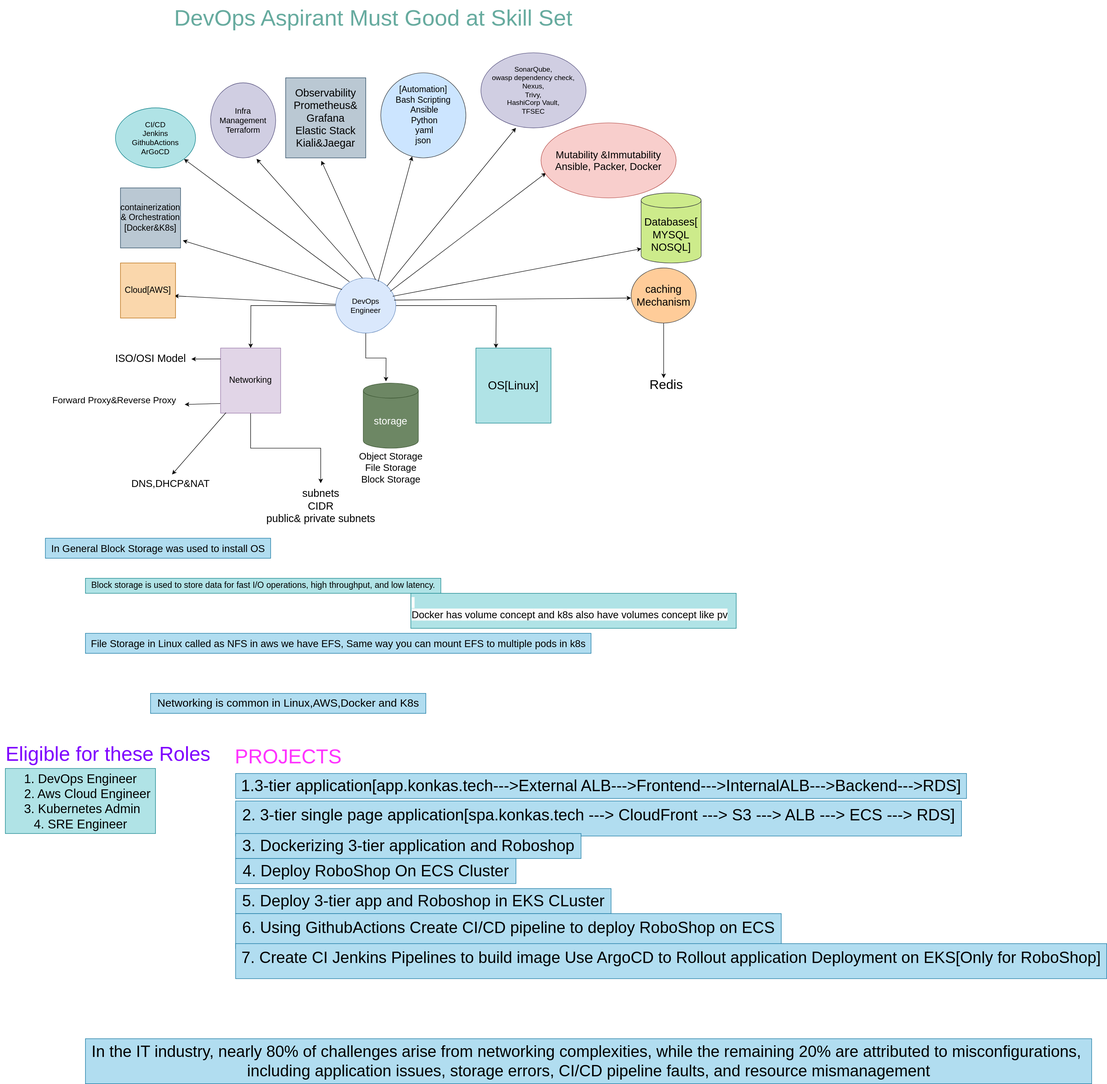
The draw.io diagram devops-requirments.drawio.svg in ullagallu123/svg, before a commit. Source tidied: cells renumbered, new cells last; positions are measured from the earlier drawing's top-left corner, leaving out a move shared by most shapes.
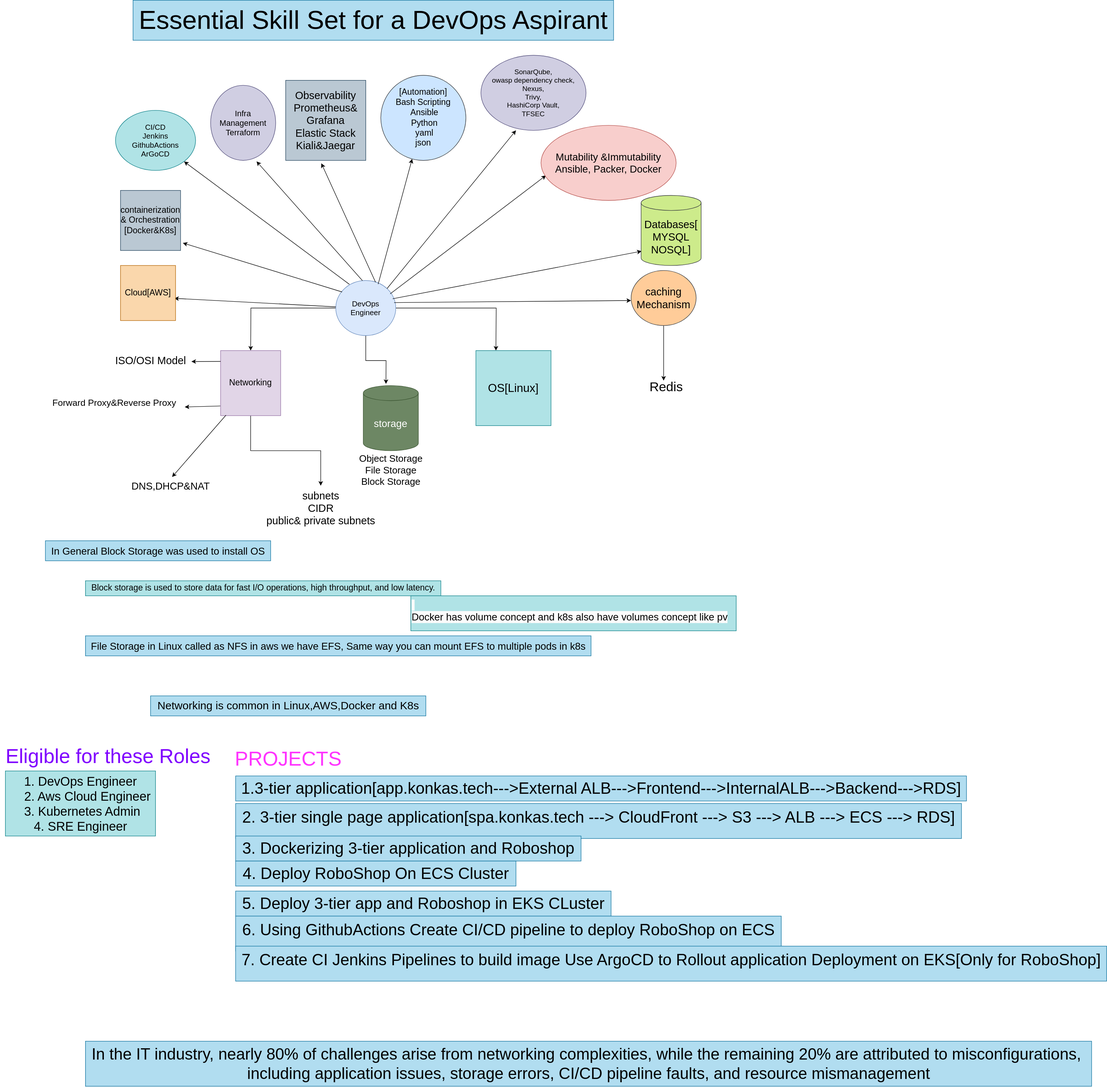
The same diagram one commit later.

The edit, as a diff of the source:
```diff
@@ -109,8 +109,8 @@
     <mxCell id="34" value="&lt;font style=&quot;font-size: 21px;&quot;&gt;caching Mechanism&lt;/font&gt;" style="ellipse;whiteSpace=wrap;html=1;fillColor=#ffcc99;strokeColor=#36393d;" parent="1" vertex="1">
       <mxGeometry x="1260" y="535" width="130" height="110" as="geometry" />
     </mxCell>
-    <mxCell id="35" value="&lt;font color=&quot;#67ab9f&quot; style=&quot;font-size: 45px;&quot;&gt;DevOps Aspirant Must Good at Skill Set&lt;/font&gt;" style="text;html=1;align=center;verticalAlign=middle;strokeColor=none;fillColor=none;" parent="1" vertex="1">
-      <mxGeometry x="335" width="820" height="70" as="geometry" />
+    <mxCell id="35" value="&lt;font style=&quot;font-size: 52px;&quot;&gt;Essential Skill Set for a DevOps Aspirant&lt;/font&gt;" style="text;html=1;align=center;verticalAlign=middle;strokeColor=#10739e;fillColor=#b1ddf0;" parent="1" vertex="1">
+      <mxGeometry x="265" y="-5" width="960" height="80" as="geometry" />
     </mxCell>
     <mxCell id="36" style="endArrow=classic;html=1;rounded=0;exitX=0.906;exitY=0.243;exitDx=0;exitDy=0;fontStyle=1;exitPerimeter=0;flowAnimation=0;" parent="1" edge="1" source="5">
       <mxGeometry relative="1" as="geometry">
```
